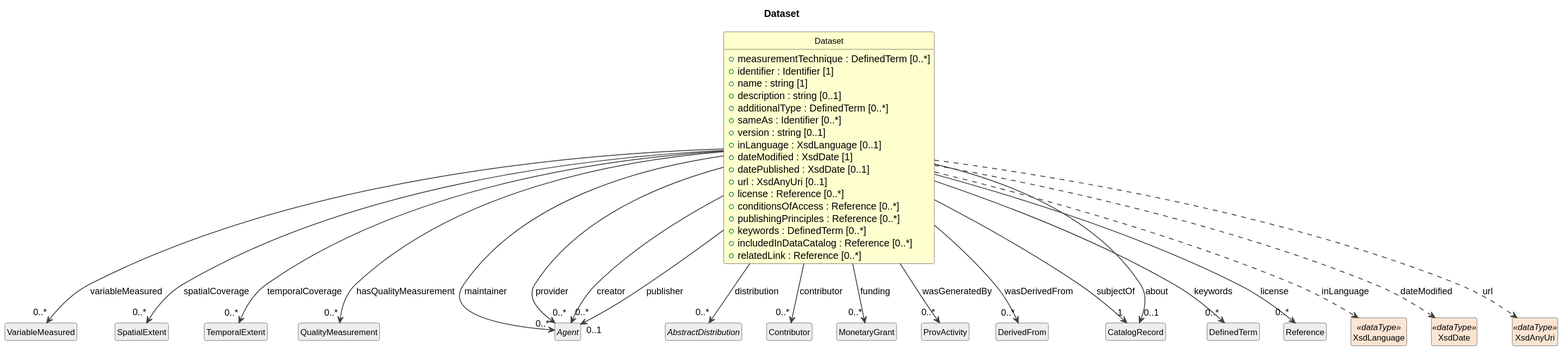
Earlier version of the PlantUML export cdif-uml-model/CDIFDiscovery/Classes/Dataset.svg (Cross-Domain-Interoperability-Framework/metadataBuildingBlocks). Source of this version:
```plantuml
@startuml
title Dataset
hide circle
hide empty members
skinparam shadowing false
skinparam ArrowThickness 1.2
skinparam class {
  ArrowColor #404040
  BorderColor #404040
  FontSize 12
}

class "Dataset" as Dataset #FEFECE {
  +measurementTechnique : DefinedTerm [0..*]
  +identifier : Identifier [1]
  +name : string [1]
  +description : string [0..1]
  +additionalType : DefinedTerm [0..*]
  +sameAs : Identifier [0..*]
  +version : string [0..1]
  +inLanguage : XsdLanguage [0..1]
  +dateModified : XsdDate [1]
  +datePublished : XsdDate [0..1]
  +url : XsdAnyUri [0..1]
  +license : Reference [0..*]
  +conditionsOfAccess : Reference [0..*]
  +publishingPrinciples : Reference [0..*]
  +keywords : DefinedTerm [0..*]
  +includedInDataCatalog : Reference [0..*]
  +relatedLink : Reference [0..*]
}
class "VariableMeasured" as VariableMeasured #EEEEEE
Dataset --> "0..*" VariableMeasured : variableMeasured
class "SpatialExtent" as SpatialExtent #EEEEEE
Dataset --> "0..*" SpatialExtent : spatialCoverage
class "TemporalExtent" as TemporalExtent #EEEEEE
Dataset --> "0..*" TemporalExtent : temporalCoverage
class "QualityMeasurement" as QualityMeasurement #EEEEEE
Dataset --> "0..*" QualityMeasurement : hasQualityMeasurement
abstract class "Agent" as Agent #EEEEEE
Dataset --> "0..*" Agent : maintainer
Dataset --> "0..*" Agent : provider
abstract class "AbstractDistribution" as AbstractDistribution #EEEEEE
Dataset --> "0..*" AbstractDistribution : distribution
Dataset --> "0..*" Agent : creator
class "Contributor" as Contributor #EEEEEE
Dataset --> "0..*" Contributor : contributor
Dataset --> "0..1" Agent : publisher
class "MonetaryGrant" as MonetaryGrant #EEEEEE
Dataset --> "0..*" MonetaryGrant : funding
class "ProvActivity" as ProvActivity #EEEEEE
Dataset --> "0..*" ProvActivity : wasGeneratedBy
class "DerivedFrom" as DerivedFrom #EEEEEE
Dataset --> "0..*" DerivedFrom : wasDerivedFrom
class "CatalogRecord" as CatalogRecord #EEEEEE
Dataset --> "1" CatalogRecord : subjectOf
class "DefinedTerm" as DefinedTerm #EEEEEE
Dataset --> "0..*" DefinedTerm : keywords
class "Reference" as Reference #EEEEEE
Dataset --> "0..*" Reference : license
CatalogRecord "0..1" <-- Dataset : about
class "XsdLanguage" as XsdLanguage <<dataType>> #FAE5D3
Dataset ..> XsdLanguage : inLanguage
class "XsdDate" as XsdDate <<dataType>> #FAE5D3
Dataset ..> XsdDate : dateModified
class "XsdAnyUri" as XsdAnyUri <<dataType>> #FAE5D3
Dataset ..> XsdAnyUri : url
@enduml
```
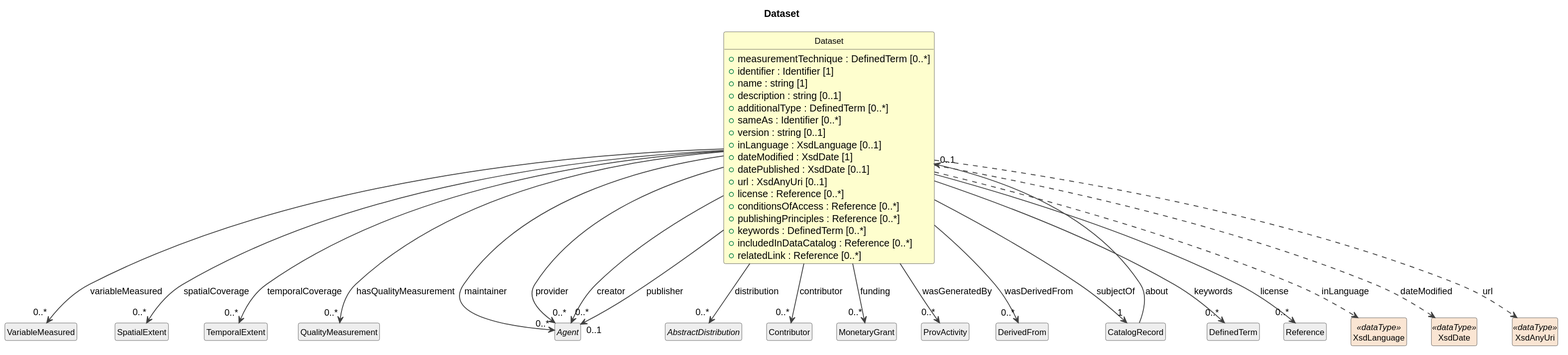
Later version of the same file.

Diff of the diagram source:
```diff
@@ -58,7 +58,7 @@
 Dataset --> "0..*" DefinedTerm : keywords
 class "Reference" as Reference #EEEEEE
 Dataset --> "0..*" Reference : license
-CatalogRecord "0..1" <-- Dataset : about
+CatalogRecord --> "0..1" Dataset : about
 class "XsdLanguage" as XsdLanguage <<dataType>> #FAE5D3
 Dataset ..> XsdLanguage : inLanguage
 class "XsdDate" as XsdDate <<dataType>> #FAE5D3
```
